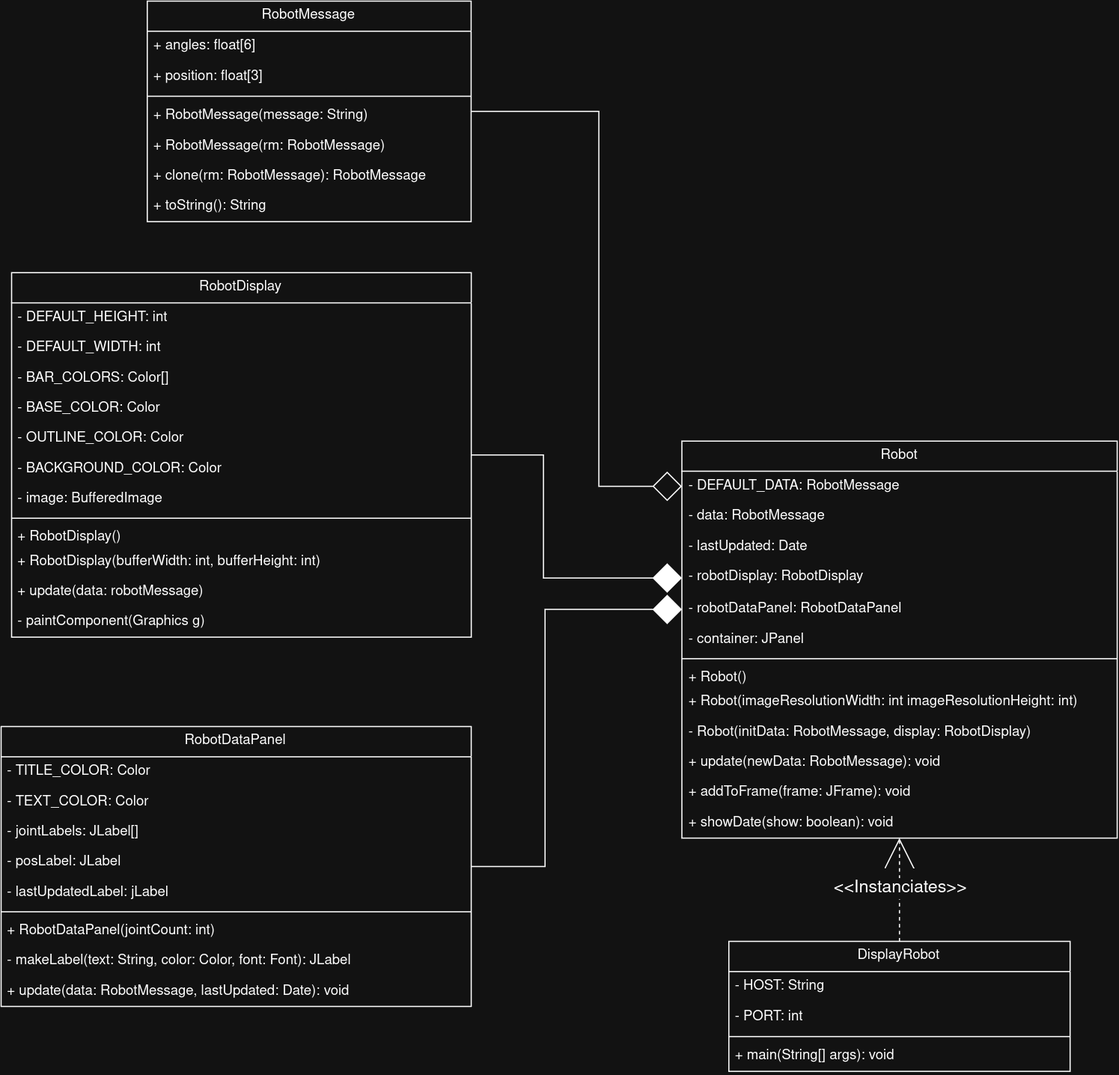
Earlier version of the draw.io export docs/module-1-robot/Robot_UML.png (CSC-Sandbox/5100-requirements). Source tidied: cells renumbered, new cells last; positions are measured from the earlier drawing's top-left corner, leaving out a move shared by most shapes.
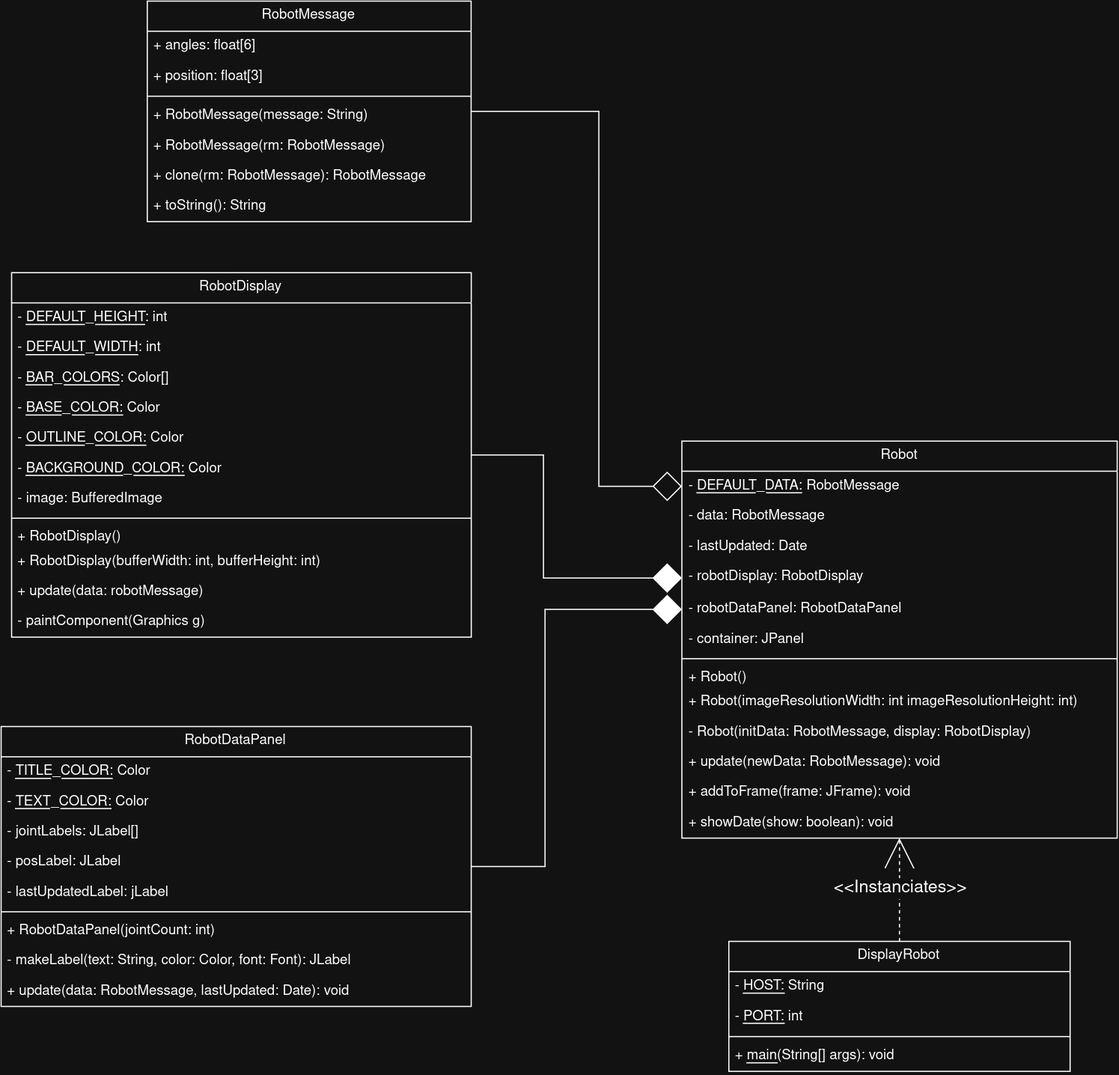
Later version of the same file.

Commit message:
Updated UML diagram

Change to the diagram source:
```diff
@@ -5,7 +5,7 @@
     <mxCell id="2" value="Robot" style="swimlane;fontStyle=0;horizontal=1;startSize=26;fillColor=none;whiteSpace=wrap;html=1;" parent="1" vertex="1">
       <mxGeometry x="586.5" y="379" width="375" height="342" as="geometry" />
     </mxCell>
-    <mxCell id="3" value="- DEFAULT_DATA: RobotMessage" style="text;strokeColor=none;fillColor=none;align=left;verticalAlign=top;spacingLeft=4;spacingRight=4;overflow=hidden;points=[[0,0.5],[1,0.5]];portConstraint=eastwest;whiteSpace=wrap;html=1;" parent="2" vertex="1">
+    <mxCell id="3" value="- &lt;u&gt;DEFAULT_DATA:&lt;/u&gt; RobotMessage" style="text;strokeColor=none;fillColor=none;align=left;verticalAlign=top;spacingLeft=4;spacingRight=4;overflow=hidden;points=[[0,0.5],[1,0.5]];portConstraint=eastwest;whiteSpace=wrap;html=1;" parent="2" vertex="1">
       <mxGeometry y="26" width="375" height="26" as="geometry" />
     </mxCell>
     <mxCell id="4" value="- data: RobotMessage" style="text;strokeColor=none;fillColor=none;align=left;verticalAlign=top;spacingLeft=4;spacingRight=4;overflow=hidden;whiteSpace=wrap;html=1;" parent="2" vertex="1">
@@ -85,16 +85,16 @@
     <mxCell id="27" value="DisplayRobot" style="swimlane;fontStyle=0;horizontal=1;startSize=26;fillColor=none;whiteSpace=wrap;html=1;" parent="1" vertex="1">
       <mxGeometry x="627" y="810" width="294" height="112" as="geometry" />
     </mxCell>
-    <mxCell id="28" value="&lt;div&gt;- HOST: String&lt;/div&gt;" style="text;strokeColor=none;fillColor=none;align=left;verticalAlign=top;spacingLeft=4;spacingRight=4;overflow=hidden;whiteSpace=wrap;html=1;" parent="27" vertex="1">
+    <mxCell id="28" value="&lt;div&gt;- &lt;u&gt;HOST:&lt;/u&gt; String&lt;/div&gt;" style="text;strokeColor=none;fillColor=none;align=left;verticalAlign=top;spacingLeft=4;spacingRight=4;overflow=hidden;whiteSpace=wrap;html=1;" parent="27" vertex="1">
       <mxGeometry y="26" width="294" height="26" as="geometry" />
     </mxCell>
-    <mxCell id="29" value="- PORT: int" style="text;strokeColor=none;fillColor=none;align=left;verticalAlign=top;spacingLeft=4;spacingRight=4;overflow=hidden;whiteSpace=wrap;html=1;" parent="27" vertex="1">
+    <mxCell id="29" value="- &lt;u&gt;PORT:&lt;/u&gt; int" style="text;strokeColor=none;fillColor=none;align=left;verticalAlign=top;spacingLeft=4;spacingRight=4;overflow=hidden;whiteSpace=wrap;html=1;" parent="27" vertex="1">
       <mxGeometry y="52" width="294" height="26" as="geometry" />
     </mxCell>
     <mxCell id="30" style="line;strokeWidth=1;fillColor=none;align=left;verticalAlign=middle;spacingTop=-1;spacingLeft=3;spacingRight=3;labelPosition=right;strokeColor=inherit;" parent="27" vertex="1">
       <mxGeometry y="78" width="294" height="8" as="geometry" />
     </mxCell>
-    <mxCell id="31" value="+ main(String[] args): void" style="text;strokeColor=none;fillColor=none;align=left;verticalAlign=top;spacingLeft=4;spacingRight=4;overflow=hidden;whiteSpace=wrap;html=1;" parent="27" vertex="1">
+    <mxCell id="31" value="+ &lt;u&gt;main(&lt;/u&gt;String[] args): void" style="text;strokeColor=none;fillColor=none;align=left;verticalAlign=top;spacingLeft=4;spacingRight=4;overflow=hidden;whiteSpace=wrap;html=1;" parent="27" vertex="1">
       <mxGeometry y="86" width="294" height="26" as="geometry" />
     </mxCell>
     <mxCell id="32" style="edgeStyle=orthogonalEdgeStyle;rounded=0;jettySize=auto;html=1;endArrow=diamond;endFill=1;endSize=23;" parent="1" edge="1" source="33" target="7">
@@ -108,10 +108,10 @@
     <mxCell id="33" value="RobotDataPanel" style="swimlane;fontStyle=0;horizontal=1;startSize=26;fillColor=none;whiteSpace=wrap;html=1;" parent="1" vertex="1">
       <mxGeometry y="625" width="405" height="241" as="geometry" />
     </mxCell>
-    <mxCell id="34" value="&lt;div&gt;- TITLE_COLOR: Color&lt;/div&gt;" style="text;strokeColor=none;fillColor=none;align=left;verticalAlign=top;spacingLeft=4;spacingRight=4;overflow=hidden;whiteSpace=wrap;html=1;" parent="33" vertex="1">
+    <mxCell id="34" value="&lt;div&gt;- &lt;u&gt;TITLE_COLOR:&lt;/u&gt; Color&lt;/div&gt;" style="text;strokeColor=none;fillColor=none;align=left;verticalAlign=top;spacingLeft=4;spacingRight=4;overflow=hidden;whiteSpace=wrap;html=1;" parent="33" vertex="1">
       <mxGeometry y="26" width="405" height="26" as="geometry" />
     </mxCell>
-    <mxCell id="35" value="- TEXT_COLOR: Color" style="text;strokeColor=none;fillColor=none;align=left;verticalAlign=top;spacingLeft=4;spacingRight=4;overflow=hidden;whiteSpace=wrap;html=1;" parent="33" vertex="1">
+    <mxCell id="35" value="- &lt;u&gt;TEXT_COLOR:&lt;/u&gt; Color" style="text;strokeColor=none;fillColor=none;align=left;verticalAlign=top;spacingLeft=4;spacingRight=4;overflow=hidden;whiteSpace=wrap;html=1;" parent="33" vertex="1">
       <mxGeometry y="52" width="405" height="26" as="geometry" />
     </mxCell>
     <mxCell id="36" value="- jointLabels: JLabel[]" style="text;strokeColor=none;fillColor=none;align=left;verticalAlign=top;spacingLeft=4;spacingRight=4;overflow=hidden;whiteSpace=wrap;html=1;" parent="33" vertex="1">
@@ -146,22 +146,22 @@
     <mxCell id="44" value="RobotDisplay" style="swimlane;fontStyle=0;horizontal=1;startSize=26;fillColor=none;whiteSpace=wrap;html=1;" parent="1" vertex="1">
       <mxGeometry x="9" y="234" width="396" height="314" as="geometry" />
     </mxCell>
-    <mxCell id="45" value="- DEFAULT_HEIGHT: int" style="text;strokeColor=none;fillColor=none;align=left;verticalAlign=top;spacingLeft=4;spacingRight=4;overflow=hidden;whiteSpace=wrap;html=1;" parent="44" vertex="1">
+    <mxCell id="45" value="- &lt;u&gt;DEFAULT_HEIGHT&lt;/u&gt;: int" style="text;strokeColor=none;fillColor=none;align=left;verticalAlign=top;spacingLeft=4;spacingRight=4;overflow=hidden;whiteSpace=wrap;html=1;" parent="44" vertex="1">
       <mxGeometry y="26" width="396" height="26" as="geometry" />
     </mxCell>
-    <mxCell id="46" value="- DEFAULT_WIDTH: int" style="text;strokeColor=none;fillColor=none;align=left;verticalAlign=top;spacingLeft=4;spacingRight=4;overflow=hidden;whiteSpace=wrap;html=1;" parent="44" vertex="1">
+    <mxCell id="46" value="- &lt;u&gt;DEFAULT_WIDTH&lt;/u&gt;: int" style="text;strokeColor=none;fillColor=none;align=left;verticalAlign=top;spacingLeft=4;spacingRight=4;overflow=hidden;whiteSpace=wrap;html=1;" parent="44" vertex="1">
       <mxGeometry y="52" width="396" height="26" as="geometry" />
     </mxCell>
-    <mxCell id="47" value="- BAR_COLORS: Color[]" style="text;strokeColor=none;fillColor=none;align=left;verticalAlign=top;spacingLeft=4;spacingRight=4;overflow=hidden;whiteSpace=wrap;html=1;" parent="44" vertex="1">
+    <mxCell id="47" value="- &lt;u&gt;BAR_COLORS&lt;/u&gt;: Color[]" style="text;strokeColor=none;fillColor=none;align=left;verticalAlign=top;spacingLeft=4;spacingRight=4;overflow=hidden;whiteSpace=wrap;html=1;" parent="44" vertex="1">
       <mxGeometry y="78" width="396" height="26" as="geometry" />
     </mxCell>
-    <mxCell id="48" value="- BASE_COLOR: Color" style="text;strokeColor=none;fillColor=none;align=left;verticalAlign=top;spacingLeft=4;spacingRight=4;overflow=hidden;whiteSpace=wrap;html=1;" parent="44" vertex="1">
+    <mxCell id="48" value="- &lt;u&gt;BASE_COLOR:&lt;/u&gt; Color" style="text;strokeColor=none;fillColor=none;align=left;verticalAlign=top;spacingLeft=4;spacingRight=4;overflow=hidden;whiteSpace=wrap;html=1;" parent="44" vertex="1">
       <mxGeometry y="104" width="396" height="26" as="geometry" />
     </mxCell>
-    <mxCell id="49" value="- OUTLINE_COLOR: Color" style="text;strokeColor=none;fillColor=none;align=left;verticalAlign=top;spacingLeft=4;spacingRight=4;overflow=hidden;whiteSpace=wrap;html=1;" parent="44" vertex="1">
+    <mxCell id="49" value="- &lt;u&gt;OUTLINE_COLOR:&lt;/u&gt; Color" style="text;strokeColor=none;fillColor=none;align=left;verticalAlign=top;spacingLeft=4;spacingRight=4;overflow=hidden;whiteSpace=wrap;html=1;" parent="44" vertex="1">
       <mxGeometry y="130" width="396" height="26" as="geometry" />
     </mxCell>
-    <mxCell id="50" value="- BACKGROUND_COLOR: Color" style="text;strokeColor=none;fillColor=none;align=left;verticalAlign=top;spacingLeft=4;spacingRight=4;overflow=hidden;whiteSpace=wrap;html=1;" parent="44" vertex="1">
+    <mxCell id="50" value="- &lt;u&gt;BACKGROUND_COLOR:&lt;/u&gt; Color" style="text;strokeColor=none;fillColor=none;align=left;verticalAlign=top;spacingLeft=4;spacingRight=4;overflow=hidden;whiteSpace=wrap;html=1;" parent="44" vertex="1">
       <mxGeometry y="156" width="396" height="26" as="geometry" />
     </mxCell>
     <mxCell id="51" value="- image: BufferedImage" style="text;strokeColor=none;fillColor=none;align=left;verticalAlign=top;spacingLeft=4;spacingRight=4;overflow=hidden;whiteSpace=wrap;html=1;" parent="44" vertex="1">
```
